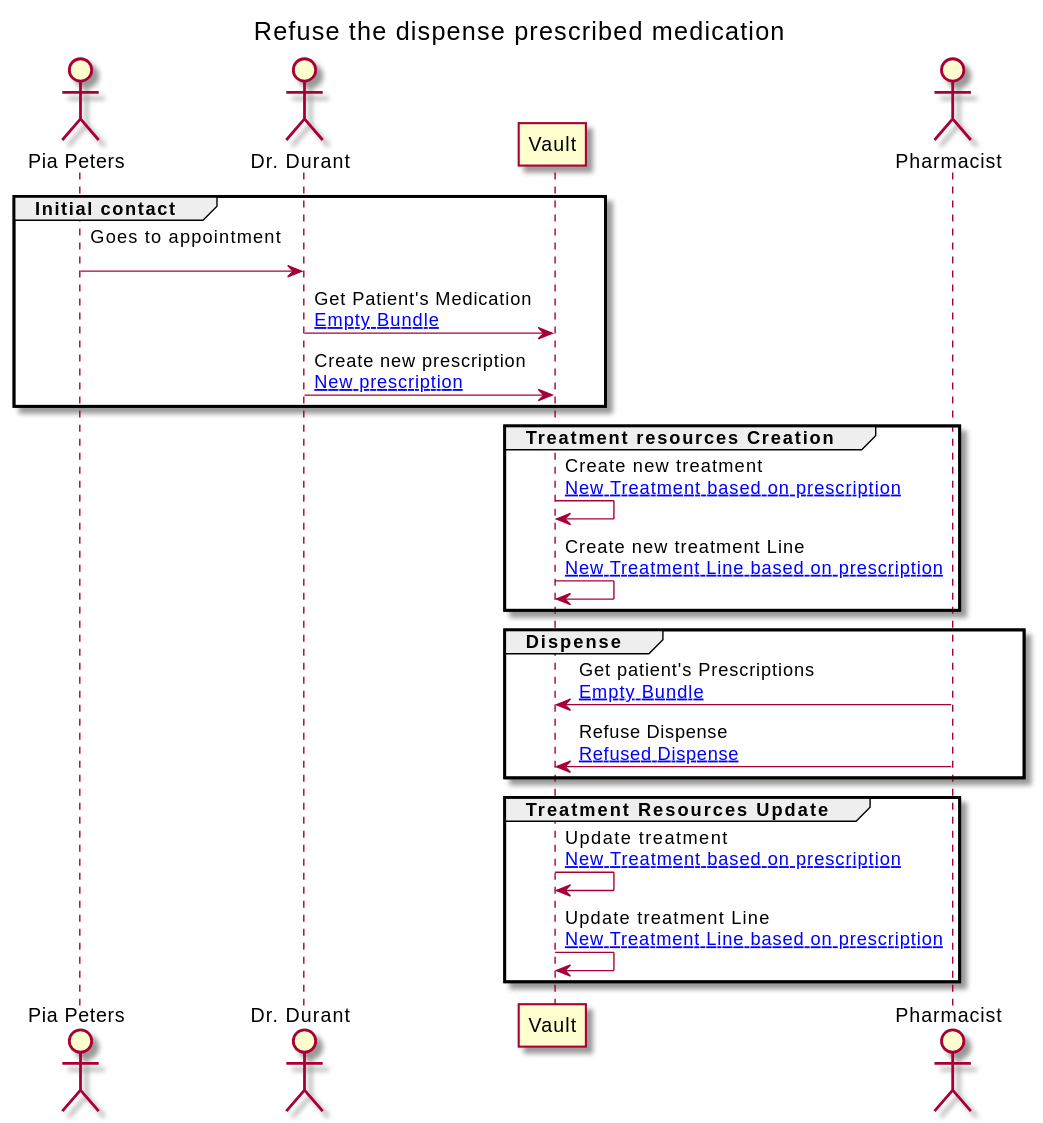
JensPenny/medication-record keeps this PlantUML diagram as branches/master/ExampleScenario-example-6-scenario.svg. Above is the earlier version.
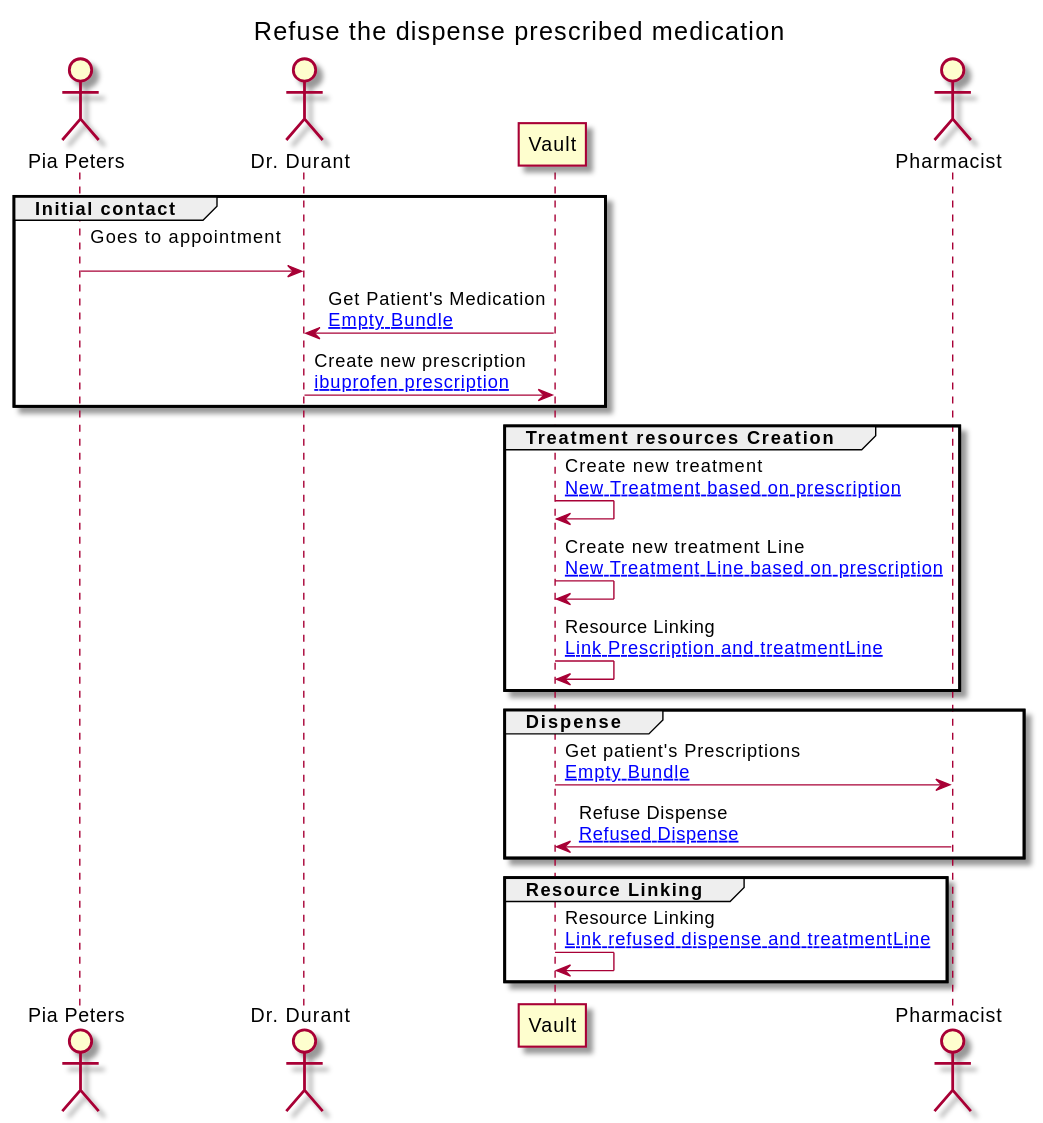
Above is the later version.

Change to the diagram source:
```diff
@@ -16,26 +16,26 @@
 group Initial contact
 
 PATIENT -> GP : Goes to appointment\n
-GP -> VAULT : Get Patient's Medication\n[[ExampleScenario-example-6-scenario-resources.html#EB Empty Bundle]]
-GP -> VAULT : Create new prescription\n[[ExampleScenario-example-6-scenario-resources.html#6-prescription New prescription]]
+VAULT -> GP : Get Patient's Medication\n[[ExampleScenario-example-6-scenario-resources.html#EB Empty Bundle]]
+GP -> VAULT : Create new prescription\n[[ExampleScenario-example-6-scenario-resources.html#6-prescription ibuprofen prescription]]
 end
 
 group Treatment resources Creation
 
 VAULT -> VAULT : Create new treatment\n[[ExampleScenario-example-6-scenario-resources.html#6-treatment New Treatment based on prescription]]
 VAULT -> VAULT : Create new treatment Line\n[[ExampleScenario-example-6-scenario-resources.html#6-treatmentLine New Treatment Line based on prescription]]
+VAULT -> VAULT : Resource Linking\n[[ExampleScenario-example-6-scenario-resources.html#6-provenance Link Prescription and treatmentLine]]
 end
 
 group Dispense
 
-PHARM -> VAULT : Get patient's Prescriptions\n[[ExampleScenario-example-6-scenario-resources.html#EB Empty Bundle]]
+VAULT -> PHARM : Get patient's Prescriptions\n[[ExampleScenario-example-6-scenario-resources.html#EB Empty Bundle]]
 PHARM -> VAULT : Refuse Dispense\n[[ExampleScenario-example-6-scenario-resources.html#6-dispense Refused Dispense]]
 end
 
-group Treatment Resources Update
+group Resource Linking
 
-VAULT -> VAULT : Update treatment\n[[ExampleScenario-example-6-scenario-resources.html#6-treatment New Treatment based on prescription]]
-VAULT -> VAULT : Update treatment Line\n[[ExampleScenario-example-6-scenario-resources.html#6-treatmentLine New Treatment Line based on prescription]]
+VAULT -> VAULT : Resource Linking\n[[ExampleScenario-example-6-scenario-resources.html#6-2-provenance Link refused dispense and treatmentLine]]
 end
 
 
```
